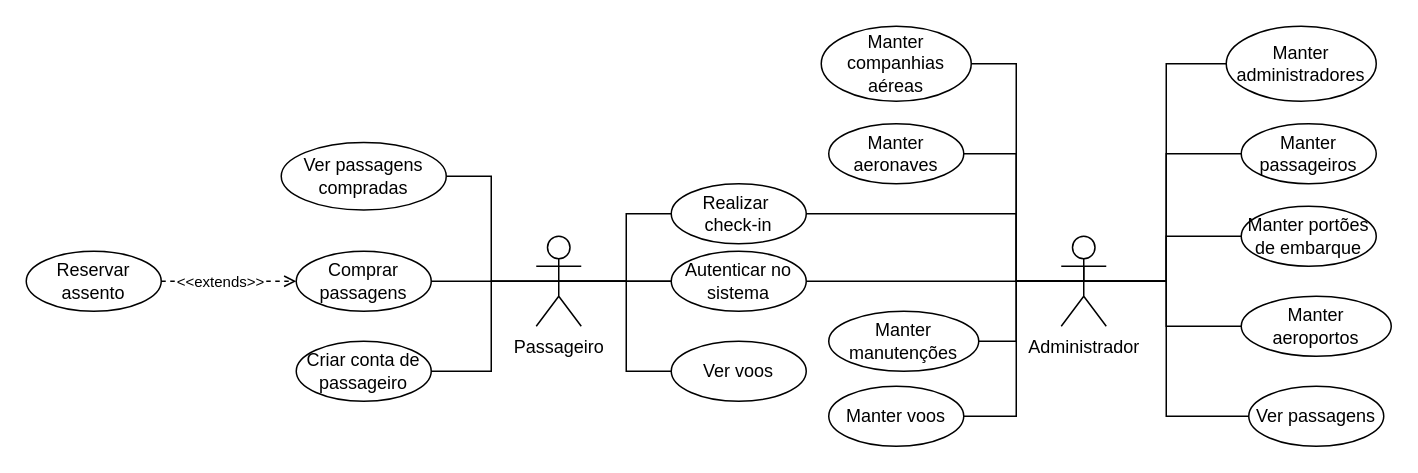
Before: Diagramas/Eng_de_Software/Modelos/Casos_de_Uso.drawio in GabrielGMori/trabalho-conclus-o-ano, a draw.io diagram. Source tidied: cells renumbered, new cells numbered last; positions are measured from the earlier drawing's top-left corner, leaving out a move shared by most shapes. Both pictures are drawn from the tidied source at 150%, with x=0, y=0 at pixel (26, 26).
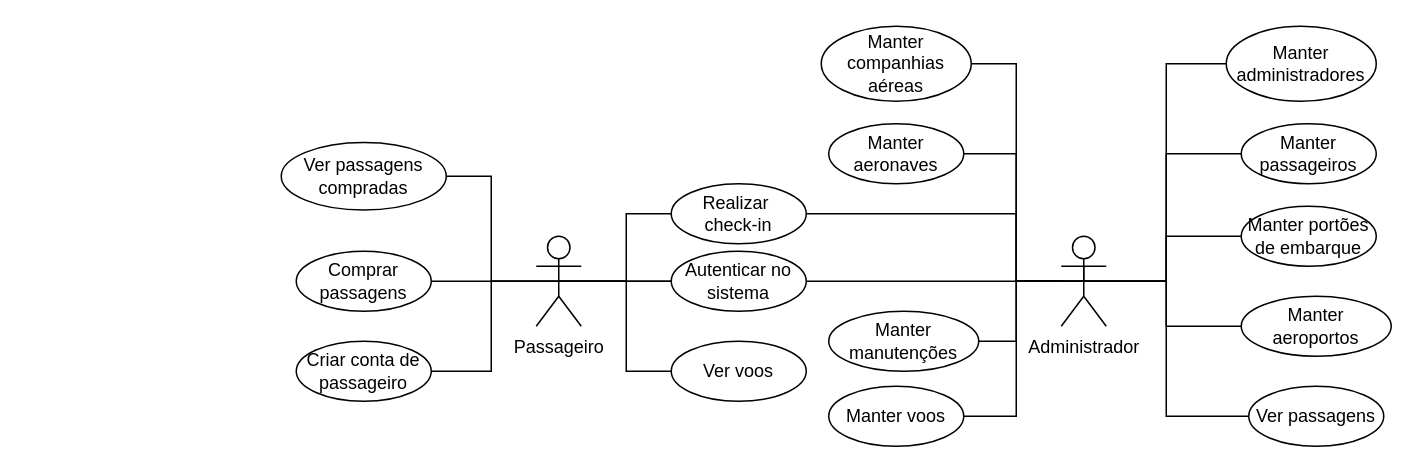
After the change.

The change refers to these unchanged cells:
```xml
<mxCell id="21" value="Comprar passagens" style="ellipse;whiteSpace=wrap;html=1;" parent="1" vertex="1">
  <mxGeometry x="180" y="150" width="90" height="40" as="geometry" />
</mxCell>
```

What changed in the source:
```diff
@@
-    <mxCell id="36" value="Reservar assento" style="ellipse;whiteSpace=wrap;html=1;" parent="1" vertex="1">
-      <mxGeometry y="150" width="90" height="40" as="geometry" />
-    </mxCell>
-    <mxCell id="37" style="edgeStyle=orthogonalEdgeStyle;rounded=0;jettySize=auto;html=1;exitX=1;exitY=0.5;exitDx=0;exitDy=0;entryX=0;entryY=0.5;entryDx=0;entryDy=0;dashed=1;endArrow=open;endFill=0;startArrow=none;startFill=0;" parent="1" edge="1" source="39" target="21">
-      <mxGeometry relative="1" as="geometry">
-        <Array as="points">
-          <mxPoint x="170" y="170" />
-        </Array>
-      </mxGeometry>
-    </mxCell>
-    <mxCell id="38" style="edgeStyle=orthogonalEdgeStyle;rounded=0;jettySize=auto;html=1;exitX=1;exitY=0.5;exitDx=0;exitDy=0;entryX=0;entryY=0.5;entryDx=0;entryDy=0;dashed=1;endArrow=none;endFill=0;startArrow=none;startFill=0;" parent="1" edge="1" source="36" target="39">
-      <mxGeometry relative="1" as="geometry" />
-    </mxCell>
-    <mxCell id="39" value="&lt;font style=&quot;font-size: 10px;&quot;&gt;&amp;lt;&amp;lt;extends&amp;gt;&amp;gt;&lt;/font&gt;" style="text;html=1;align=center;verticalAlign=middle;whiteSpace=wrap;rounded=0;rotation=0;" parent="1" vertex="1">
-      <mxGeometry x="100" y="160" width="60" height="20" as="geometry" />
-    </mxCell>
```
